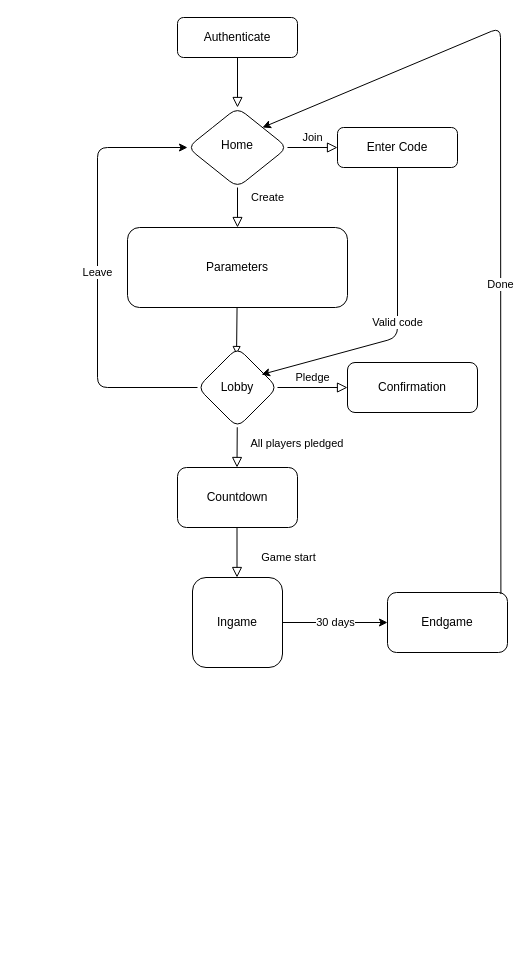
The draw.io diagram Impruvit.drawio in jasontran38/Impruvit, before the edit. Source tidied: cells renumbered, new cells numbered last; positions are measured from the earlier drawing's top-left corner, leaving out a move shared by most shapes. Both pictures are drawn from the tidied source at 100%, with x=0, y=0 at pixel (97, 17).
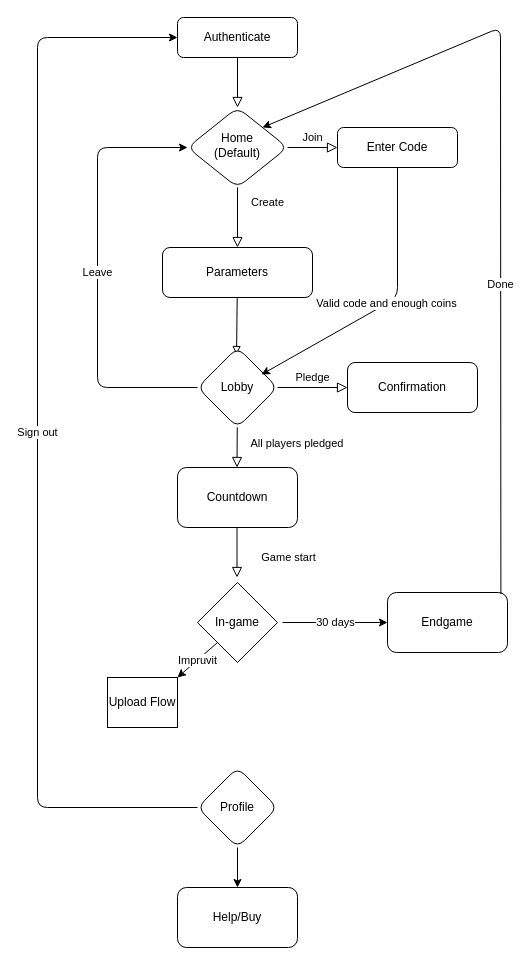
The same page after the edit.

The change refers to these unchanged cells:
```xml
<mxCell id="3" value="Authenticate" style="rounded=1;whiteSpace=wrap;html=1;fontSize=12;glass=0;strokeWidth=1;shadow=0;" parent="1" vertex="1">
  <mxGeometry x="80" width="120" height="40" as="geometry" />
</mxCell>
<mxCell id="7" value="Enter Code" style="rounded=1;whiteSpace=wrap;html=1;fontSize=12;glass=0;strokeWidth=1;shadow=0;" parent="1" vertex="1">
  <mxGeometry x="240" y="110" width="120" height="40" as="geometry" />
</mxCell>
<mxCell id="10" value="Lobby" style="rhombus;whiteSpace=wrap;html=1;rounded=1;" parent="1" vertex="1">
  <mxGeometry x="100" y="330" width="80" height="80" as="geometry" />
</mxCell>
<mxCell id="19" value="Endgame" style="rounded=1;whiteSpace=wrap;html=1;" parent="1" vertex="1">
  <mxGeometry x="290" y="575" width="120" height="60" as="geometry" />
</mxCell>
```

The edit, as a diff of the source:
```diff
@@
-    <mxCell id="6" value="Home" style="rhombus;whiteSpace=wrap;html=1;shadow=0;fontFamily=Helvetica;fontSize=12;align=center;strokeWidth=1;spacing=6;spacingTop=-4;rounded=1;" parent="1" vertex="1">
+    <mxCell id="6" value="Home&lt;br&gt;(Default)" style="rhombus;whiteSpace=wrap;html=1;shadow=0;fontFamily=Helvetica;fontSize=12;align=center;strokeWidth=1;spacing=6;spacingTop=-4;rounded=1;" parent="1" vertex="1">
       <mxGeometry x="90" y="90" width="100" height="80" as="geometry" />
     </mxCell>
@@
     <mxCell id="9" value="Parameters" style="rounded=1;whiteSpace=wrap;html=1;" parent="1" vertex="1">
-      <mxGeometry x="30" y="210" width="220" height="80" as="geometry" />
+      <mxGeometry x="65" y="230" width="150" height="50" as="geometry" />
     </mxCell>
@@
-    <mxCell id="17" value="Valid code" style="endArrow=classic;html=1;exitX=0.5;exitY=1;exitDx=0;exitDy=0;entryX=0.8;entryY=0.338;entryDx=0;entryDy=0;entryPerimeter=0;" parent="1" edge="1" source="7" target="10">
+    <mxCell id="17" value="Valid code and enough coins" style="endArrow=classic;html=1;exitX=0.5;exitY=1;exitDx=0;exitDy=0;entryX=0.8;entryY=0.338;entryDx=0;entryDy=0;entryPerimeter=0;" parent="1" edge="1" source="7" target="10">
       <mxGeometry relative="1" as="geometry">
         <Array as="points">
-          <mxPoint x="300" y="320" />
+          <mxPoint x="300" y="280" />
         </Array>
       </mxGeometry>
     </mxCell>
-    <mxCell id="18" value="Ingame" style="whiteSpace=wrap;html=1;rounded=1;" parent="1" vertex="1">
-      <mxGeometry x="95" y="560" width="90" height="90" as="geometry" />
-    </mxCell>
@@
-    <mxCell id="20" value="30 days" style="endArrow=classic;html=1;exitX=1;exitY=0.5;exitDx=0;exitDy=0;entryX=0;entryY=0.5;entryDx=0;entryDy=0;" parent="1" edge="1" source="18" target="19">
-      <mxGeometry relative="1" as="geometry" />
+    <mxCell id="20" value="30 days" style="endArrow=classic;html=1;exitX=1;exitY=0.5;exitDx=0;exitDy=0;entryX=0;entryY=0.5;entryDx=0;entryDy=0;" parent="1" edge="1" target="19">
+      <mxGeometry relative="1" as="geometry">
+        <mxPoint x="185" y="605" as="sourcePoint" />
+      </mxGeometry>
     </mxCell>
@@
+    <mxCell id="23" value="Profile" style="rhombus;whiteSpace=wrap;html=1;rounded=1;" parent="1" vertex="1">
+      <mxGeometry x="100" y="750" width="80" height="80" as="geometry" />
+    </mxCell>
+    <mxCell id="24" value="Help/Buy" style="rounded=1;whiteSpace=wrap;html=1;" parent="1" vertex="1">
+      <mxGeometry x="80" y="870" width="120" height="60" as="geometry" />
+    </mxCell>
+    <mxCell id="25" value="Sign out" style="endArrow=classic;html=1;exitX=0;exitY=0.5;exitDx=0;exitDy=0;entryX=0;entryY=0.5;entryDx=0;entryDy=0;" parent="1" edge="1" source="23" target="3">
+      <mxGeometry relative="1" as="geometry">
+        <Array as="points">
+          <mxPoint x="-60" y="790" />
+          <mxPoint x="-60" y="20" />
+        </Array>
+      </mxGeometry>
+    </mxCell>
+    <mxCell id="26" style="endArrow=classic;html=1;exitX=0.5;exitY=1;exitDx=0;exitDy=0;entryX=0.5;entryY=0;entryDx=0;entryDy=0;" parent="1" edge="1" source="23" target="24">
+      <mxGeometry relative="1" as="geometry" />
+    </mxCell>
+    <mxCell id="27" value="In-game" style="rhombus;whiteSpace=wrap;html=1;" parent="1" vertex="1">
+      <mxGeometry x="100" y="565" width="80" height="80" as="geometry" />
+    </mxCell>
+    <mxCell id="28" value="Impruvit" style="endArrow=classic;html=1;exitX=0;exitY=1;exitDx=0;exitDy=0;" parent="1" edge="1" source="27">
+      <mxGeometry relative="1" as="geometry">
+        <mxPoint x="80" y="660" as="targetPoint" />
+      </mxGeometry>
+    </mxCell>
+    <mxCell id="29" value="Upload Flow" style="rounded=0;whiteSpace=wrap;html=1;" parent="1" vertex="1">
+      <mxGeometry x="10" y="660" width="70" height="50" as="geometry" />
+    </mxCell>
```
